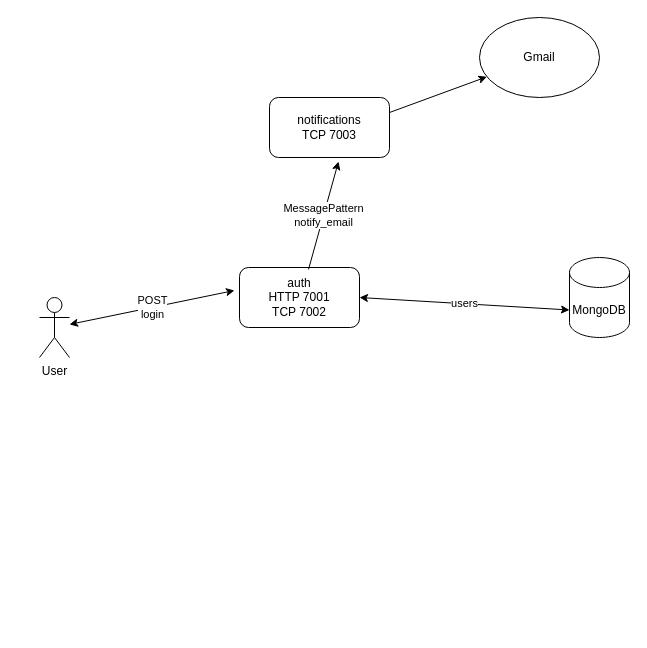
cristianquaglio/yurumi keeps this draw.io diagram as docs/yurumi.drawio. Above is the earlier version. Source tidied: cells renumbered, new cells numbered last; positions are measured from the earlier drawing's top-left corner, leaving out a move shared by most shapes. Both pictures are drawn from the tidied source at 100%, with x=0, y=0 at pixel (39, 17).
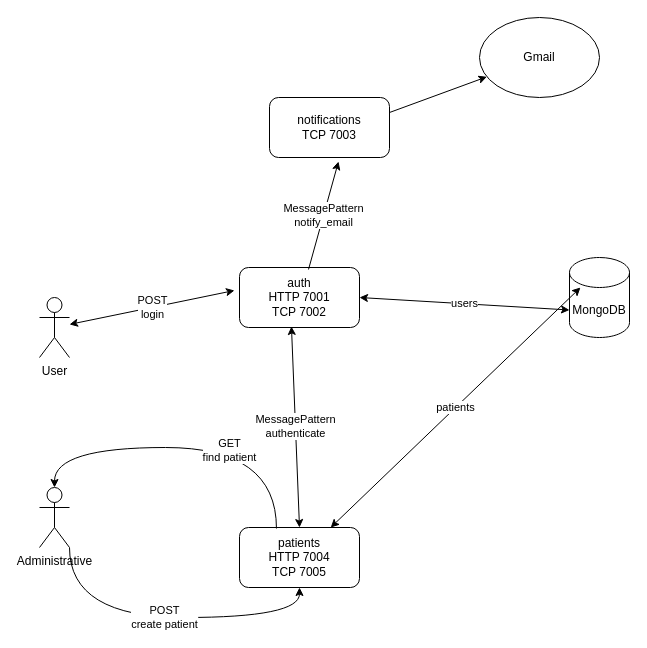
Above is the later version.

The change refers to these unchanged cells:
```xml
<mxCell id="3" value="auth&lt;br&gt;HTTP 7001&lt;br&gt;TCP 7002&lt;br&gt;" style="rounded=1;whiteSpace=wrap;html=1;" parent="1" vertex="1">
  <mxGeometry x="200" y="250" width="120" height="60" as="geometry" />
</mxCell>
<mxCell id="5" value="MongoDB" style="shape=cylinder3;whiteSpace=wrap;html=1;boundedLbl=1;backgroundOutline=1;size=15;" parent="1" vertex="1">
  <mxGeometry x="530" y="240" width="60" height="80" as="geometry" />
</mxCell>
```

What changed in the source:
```diff
@@
+    <mxCell id="11" value="Administrative" style="shape=umlActor;verticalLabelPosition=bottom;verticalAlign=top;html=1;outlineConnect=0;" parent="1" vertex="1">
+      <mxGeometry y="470" width="30" height="60" as="geometry" />
+    </mxCell>
+    <mxCell id="12" value="patients&lt;br&gt;HTTP 7004&lt;br&gt;TCP 7005" style="rounded=1;whiteSpace=wrap;html=1;" parent="1" vertex="1">
+      <mxGeometry x="200" y="510" width="120" height="60" as="geometry" />
+    </mxCell>
+    <mxCell id="13" value="POST&lt;br&gt;create patient" style="endArrow=classic;html=1;rounded=0;exitX=1;exitY=1;exitDx=0;exitDy=0;exitPerimeter=0;edgeStyle=orthogonalEdgeStyle;curved=1;" parent="1" edge="1" source="11" target="12">
+      <mxGeometry relative="1" as="geometry">
+        <Array as="points">
+          <mxPoint x="30" y="600" />
+          <mxPoint x="260" y="600" />
+        </Array>
+      </mxGeometry>
+    </mxCell>
+    <mxCell id="14" style="endArrow=classic;html=1;rounded=0;exitX=0.308;exitY=0.017;exitDx=0;exitDy=0;exitPerimeter=0;edgeStyle=orthogonalEdgeStyle;curved=1;" parent="1" edge="1" source="12" target="11">
+      <mxGeometry relative="1" as="geometry">
+        <Array as="points">
+          <mxPoint x="237" y="430" />
+          <mxPoint x="15" y="430" />
+        </Array>
+      </mxGeometry>
+    </mxCell>
+    <mxCell id="15" value="GET&lt;br&gt;find patient&lt;br&gt;" style="edgeLabel;html=1;align=center;verticalAlign=middle;" parent="14" vertex="1">
+      <mxGeometry x="-0.25" y="2" relative="1" as="geometry" />
+    </mxCell>
+    <mxCell id="16" value="patients" style="endArrow=classic;startArrow=classic;html=1;rounded=0;entryX=0.183;entryY=0.375;entryDx=0;entryDy=0;entryPerimeter=0;" parent="1" edge="1" source="12" target="5">
+      <mxGeometry relative="1" as="geometry" />
+    </mxCell>
+    <mxCell id="17" value="MessagePattern&lt;br&gt;authenticate" style="endArrow=classic;startArrow=classic;html=1;rounded=0;exitX=0.5;exitY=0;exitDx=0;exitDy=0;entryX=0.433;entryY=0.983;entryDx=0;entryDy=0;entryPerimeter=0;" parent="1" edge="1" source="12" target="3">
+      <mxGeometry relative="1" as="geometry" />
+    </mxCell>
```
